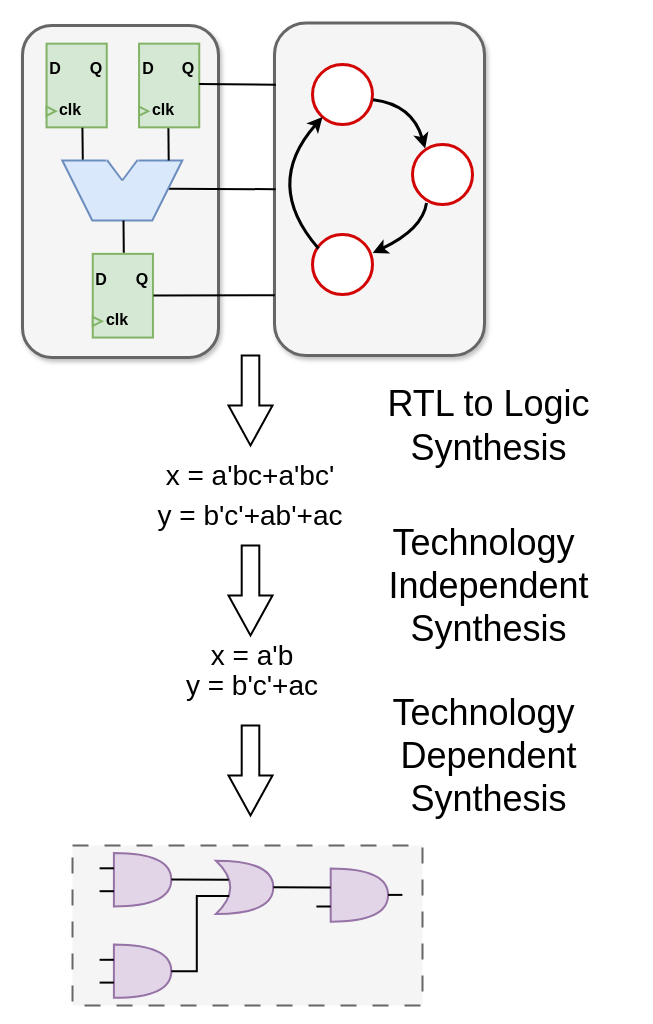
Before: logicsynthesis.drawio in kxzhu0505/LogicSynOpt, a draw.io diagram. Source tidied: cells renumbered, new cells numbered last; positions are measured from the earlier drawing's top-left corner, leaving out a move shared by most shapes. Both pictures are drawn from the tidied source at 100%, with x=0, y=0 at pixel (22, 23).
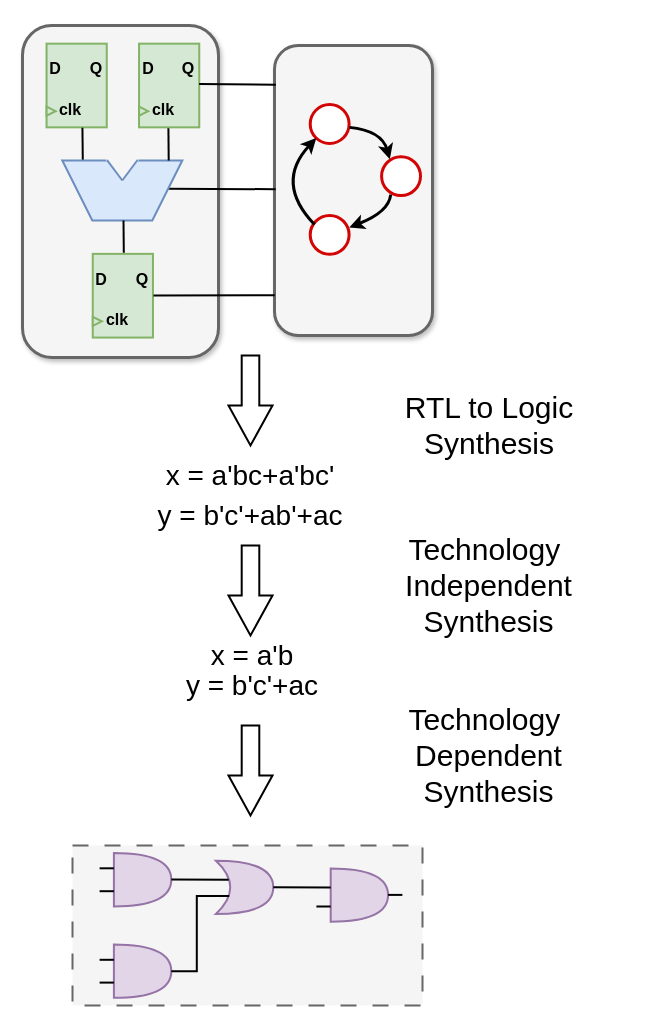
Above is the later version.

Change to the diagram source:
```diff
@@
     <mxCell id="2" style="rounded=1;whiteSpace=wrap;html=1;strokeWidth=3;fillColor=#f5f5f5;fontColor=#333333;strokeColor=#666666;shadow=1;" parent="1" vertex="1">
-      <mxGeometry x="252" y="-0.5" width="210" height="332.5" as="geometry" />
+      <mxGeometry x="252" y="22" width="158" height="290" as="geometry" />
     </mxCell>
-    <mxCell id="3" style="ellipse;whiteSpace=wrap;html=1;strokeWidth=3;fontFamily=Helvetica;strokeColor=#d20404;" parent="1" vertex="1">
-      <mxGeometry x="290" y="41" width="60" height="60" as="geometry" />
-    </mxCell>
-    <mxCell id="4" style="ellipse;whiteSpace=wrap;html=1;strokeWidth=3;fontFamily=Helvetica;strokeColor=#d20404;" parent="1" vertex="1">
-      <mxGeometry x="390" y="121" width="60" height="60" as="geometry" />
-    </mxCell>
-    <mxCell id="5" style="ellipse;whiteSpace=wrap;html=1;strokeWidth=3;fontFamily=Helvetica;strokeColor=#d20404;" parent="1" vertex="1">
-      <mxGeometry x="290" y="211" width="60" height="60" as="geometry" />
-    </mxCell>
-    <mxCell id="6" style="curved=1;endArrow=classic;html=1;rounded=0;strokeWidth=3;exitX=0.427;exitY=1.016;exitDx=0;exitDy=0;exitPerimeter=0;fontFamily=Helvetica;" parent="1" edge="1" target="3">
-      <mxGeometry relative="1" as="geometry">
-        <mxPoint x="296" y="225" as="sourcePoint" />
-        <Array as="points">
-          <mxPoint x="240" y="161" />
-        </Array>
-      </mxGeometry>
-    </mxCell>
-    <mxCell id="7" style="curved=1;endArrow=classic;html=1;rounded=0;strokeWidth=3;exitX=1.009;exitY=0.588;exitDx=0;exitDy=0;exitPerimeter=0;entryX=0.211;entryY=0.066;entryDx=0;entryDy=0;entryPerimeter=0;fontFamily=Helvetica;" parent="1" edge="1" source="3" target="4">
-      <mxGeometry relative="1" as="geometry">
-        <Array as="points">
-          <mxPoint x="390" y="81" />
-        </Array>
-      </mxGeometry>
-    </mxCell>
-    <mxCell id="8" style="curved=1;endArrow=classic;html=1;rounded=0;strokeWidth=3;exitX=0.234;exitY=0.976;exitDx=0;exitDy=0;exitPerimeter=0;entryX=1.004;entryY=0.308;entryDx=0;entryDy=0;entryPerimeter=0;fontFamily=Helvetica;" parent="1" edge="1" source="4" target="5">
-      <mxGeometry relative="1" as="geometry">
-        <Array as="points">
-          <mxPoint x="400" y="206" />
-        </Array>
-      </mxGeometry>
-    </mxCell>
@@
-    <mxCell id="44" value="&lt;font style=&quot;font-size: 36px;&quot;&gt;RTL to Logic&lt;/font&gt;&lt;div style=&quot;font-size: 36px;&quot;&gt;&lt;font style=&quot;font-size: 36px;&quot;&gt;Synthesis&lt;/font&gt;&lt;/div&gt;" style="text;html=1;align=center;verticalAlign=middle;whiteSpace=wrap;rounded=0;fontFamily=Helvetica;strokeWidth=3;fontSize=11;" parent="1" vertex="1">
-      <mxGeometry x="320" y="372" width="293" height="60" as="geometry" />
+    <mxCell id="44" value="&lt;font style=&quot;font-size: 30px;&quot;&gt;RTL to Logic&lt;/font&gt;&lt;div style=&quot;font-size: 30px;&quot;&gt;&lt;font style=&quot;font-size: 30px;&quot;&gt;Synthesis&lt;/font&gt;&lt;/div&gt;" style="text;html=1;align=center;verticalAlign=middle;whiteSpace=wrap;rounded=0;fontFamily=Helvetica;strokeWidth=3;fontSize=11;" parent="1" vertex="1">
+      <mxGeometry x="341.5" y="372" width="250" height="60" as="geometry" />
     </mxCell>
-    <mxCell id="45" value="&lt;span style=&quot;font-size: 36px;&quot;&gt;&lt;font style=&quot;font-size: 36px;&quot;&gt;Technology&amp;nbsp;&lt;/font&gt;&lt;/span&gt;&lt;div style=&quot;font-size: 36px;&quot;&gt;&lt;font style=&quot;font-size: 36px;&quot;&gt;Independent&lt;/font&gt;&lt;/div&gt;&lt;div style=&quot;font-size: 36px;&quot;&gt;&lt;font style=&quot;font-size: 36px;&quot;&gt;Synthesis&lt;/font&gt;&lt;/div&gt;" style="text;html=1;align=center;verticalAlign=middle;whiteSpace=wrap;rounded=0;fontFamily=Helvetica;strokeWidth=3;" parent="1" vertex="1">
+    <mxCell id="45" value="&lt;font style=&quot;font-size: 30px;&quot;&gt;Technology&amp;nbsp;&lt;/font&gt;&lt;div style=&quot;font-size: 30px;&quot;&gt;&lt;font style=&quot;font-size: 30px;&quot;&gt;Independent&lt;/font&gt;&lt;/div&gt;&lt;div style=&quot;font-size: 30px;&quot;&gt;&lt;font style=&quot;font-size: 30px;&quot;&gt;Synthesis&lt;/font&gt;&lt;/div&gt;" style="text;html=1;align=center;verticalAlign=middle;whiteSpace=wrap;rounded=0;fontFamily=Helvetica;strokeWidth=3;" parent="1" vertex="1">
       <mxGeometry x="355" y="532" width="223" height="60" as="geometry" />
     </mxCell>
-    <mxCell id="46" value="&lt;span style=&quot;font-size: 36px;&quot;&gt;&lt;font style=&quot;font-size: 36px;&quot;&gt;Technology&amp;nbsp;&lt;/font&gt;&lt;/span&gt;&lt;div style=&quot;font-size: 36px;&quot;&gt;&lt;font style=&quot;font-size: 36px;&quot;&gt;Dependent&lt;/font&gt;&lt;/div&gt;&lt;div style=&quot;font-size: 36px;&quot;&gt;&lt;font style=&quot;font-size: 36px;&quot;&gt;Synthesis&lt;/font&gt;&lt;/div&gt;" style="text;html=1;align=center;verticalAlign=middle;whiteSpace=wrap;rounded=0;fontFamily=Helvetica;strokeWidth=3;" parent="1" vertex="1">
+    <mxCell id="46" value="&lt;font style=&quot;font-size: 30px;&quot;&gt;Technology&amp;nbsp;&lt;/font&gt;&lt;div style=&quot;font-size: 30px;&quot;&gt;&lt;font style=&quot;font-size: 30px;&quot;&gt;Dependent&lt;/font&gt;&lt;/div&gt;&lt;div style=&quot;font-size: 30px;&quot;&gt;&lt;font style=&quot;font-size: 30px;&quot;&gt;Synthesis&lt;/font&gt;&lt;/div&gt;" style="text;html=1;align=center;verticalAlign=middle;whiteSpace=wrap;rounded=0;fontFamily=Helvetica;strokeWidth=3;" parent="1" vertex="1">
       <mxGeometry x="350" y="702" width="233" height="60" as="geometry" />
     </mxCell>
@@
+    <mxCell id="64" style="group;" parent="1" vertex="1">
+      <mxGeometry x="252" y="81" width="150" height="150" as="geometry" />
+    </mxCell>
+    <mxCell id="65" style="ellipse;whiteSpace=wrap;html=1;strokeWidth=3;fontFamily=Helvetica;strokeColor=#d20404;" parent="64" vertex="1">
+      <mxGeometry x="35.7" width="38.9" height="38.9" as="geometry" />
+    </mxCell>
+    <mxCell id="66" style="ellipse;whiteSpace=wrap;html=1;strokeWidth=3;fontFamily=Helvetica;strokeColor=#d20404;" parent="64" vertex="1">
+      <mxGeometry x="107.1" y="52.2" width="38.9" height="38.9" as="geometry" />
+    </mxCell>
+    <mxCell id="67" style="ellipse;whiteSpace=wrap;html=1;strokeWidth=3;fontFamily=Helvetica;strokeColor=#d20404;" parent="64" vertex="1">
+      <mxGeometry x="35.7" y="110.9" width="38.9" height="38.9" as="geometry" />
+    </mxCell>
+    <mxCell id="68" style="curved=1;endArrow=classic;html=1;rounded=0;strokeWidth=3;exitX=0.427;exitY=1.016;exitDx=0;exitDy=0;exitPerimeter=0;fontFamily=Helvetica;" parent="64" edge="1" target="65">
+      <mxGeometry relative="1" as="geometry">
+        <mxPoint x="40" y="120" as="sourcePoint" />
+        <Array as="points">
+          <mxPoint y="78.3" />
+        </Array>
+      </mxGeometry>
+    </mxCell>
+    <mxCell id="69" style="curved=1;endArrow=classic;html=1;rounded=0;strokeWidth=3;exitX=1.009;exitY=0.588;exitDx=0;exitDy=0;exitPerimeter=0;entryX=0.211;entryY=0.066;entryDx=0;entryDy=0;entryPerimeter=0;fontFamily=Helvetica;" parent="64" edge="1" source="65" target="66">
+      <mxGeometry relative="1" as="geometry">
+        <Array as="points">
+          <mxPoint x="107.1" y="26.1" />
+        </Array>
+      </mxGeometry>
+    </mxCell>
+    <mxCell id="70" style="curved=1;endArrow=classic;html=1;rounded=0;strokeWidth=3;exitX=0.234;exitY=0.976;exitDx=0;exitDy=0;exitPerimeter=0;entryX=1.004;entryY=0.308;entryDx=0;entryDy=0;entryPerimeter=0;fontFamily=Helvetica;" parent="64" edge="1" source="66" target="67">
+      <mxGeometry relative="1" as="geometry">
+        <Array as="points">
+          <mxPoint x="114.3" y="107.6" />
+        </Array>
+      </mxGeometry>
+    </mxCell>
```
